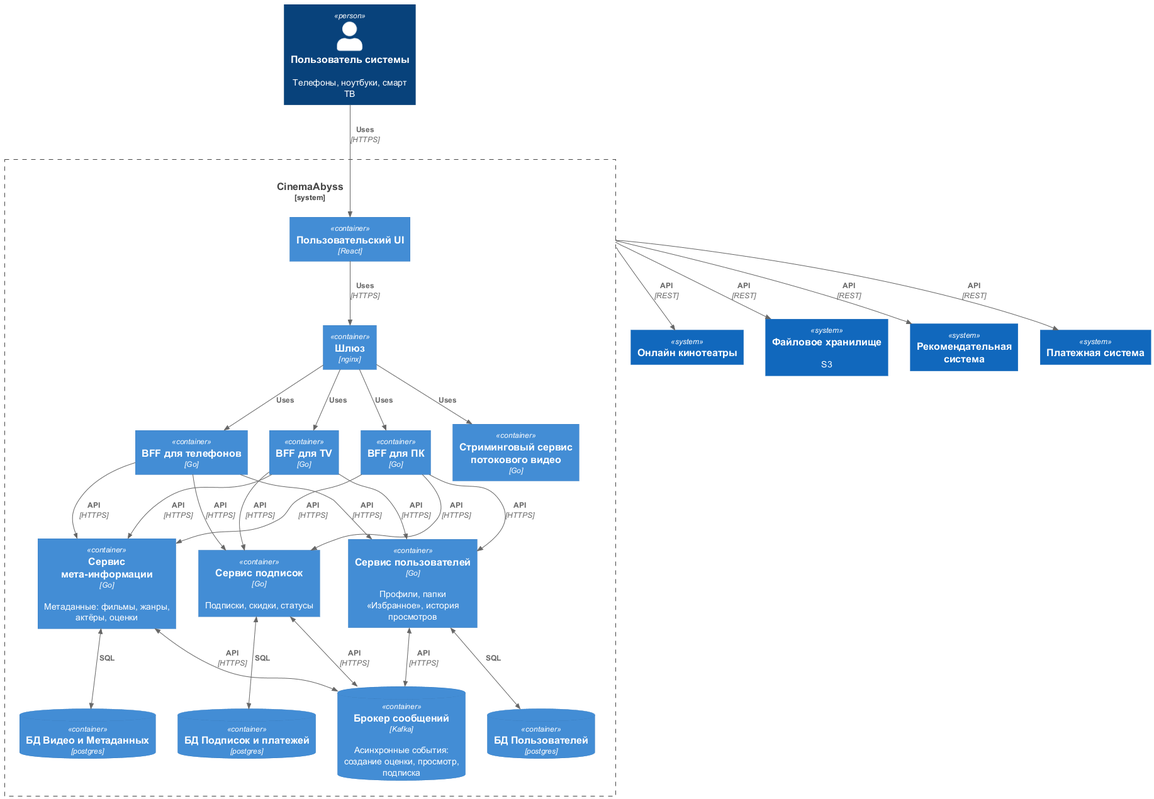
This is diagrams/images/C4_Cinema_Containers.png from benaflec61/architecture-cinemaabyss, a PlantUML export, as it was before one commit. The source it was exported from:
```plantuml
@startuml ../images/C4_Cinema_Containers
!include <C4/C4_Context>
!include <C4/C4_Container>
!include <C4/C4_Component>

Person(user, "Пользователь системы", "Телефоны, ноутбуки, смарт ТВ")

System_Boundary(cinema_boundary, "CinemaAbyss", "") {
  Container(gui, "Пользовательский UI", "React", "")

  Container(bff_mobile, "BFF для телефонов", "Go", "")
  Container(bff_tv, "BFF для TV", "Go", "")
  Container(bff_desktop, "BFF для ПК", "Go", "")

  Container(gate, "Шлюз", "nginx", "")

  Container(users, "Сервис пользователей", "Go", "Профили, папки «Избранное», история просмотров")
  Container(subscriptions, "Сервис подписок", "Go", "Подписки, скидки, статусы")
  Container(video_meta, "Сервис мета-информации", "Go", "Метаданные: фильмы, жанры, актёры, оценки")

  Container(stream_service, "Стриминговый сервис потокового видео", "Go", "")

  ContainerDb(db_users, "БД Пользователей", "postgres", "")
  ContainerDb(db_subscriptions, "БД Подписок и платежей", "postgres", "")
  ContainerDb(db_video_meta, "БД Видео и Метаданных", "postgres", "")

  ContainerDb(kafka, "Брокер сообщений", "Kafka", "Асинхронные события: создание оценки, просмотр, подписка")

}

System(rec_sys, "Рекомендательная система")
System(pay_sys, "Платежная система")
System(netflix_sys, "Онлайн кинотеатры")
System(s3, "Файловое хранилище", "S3")


Rel(gui, gate, "Uses", "HTTPS")

Rel(gate, bff_mobile, "Uses")
Rel(gate, bff_tv, "Uses")
Rel(gate, bff_desktop, "Uses")

Rel(gate, stream_service, "Uses")

Rel(bff_mobile, users, "API", "HTTPS")
Rel(bff_mobile, subscriptions, "API", "HTTPS")
Rel(bff_mobile, video_meta, "API", "HTTPS")

Rel(bff_tv, users, "API", "HTTPS")
Rel(bff_tv, subscriptions, "API", "HTTPS")
Rel(bff_tv, video_meta, "API", "HTTPS")

Rel(bff_desktop, users, "API", "HTTPS")
Rel(bff_desktop, subscriptions, "API", "HTTPS")
Rel(bff_desktop, video_meta, "API", "HTTPS")

BiRel(users, db_users, "SQL")
BiRel(subscriptions, db_subscriptions, "SQL")
BiRel(video_meta, db_video_meta, "SQL")

BiRel(users, kafka, "API", "HTTPS")
BiRel(subscriptions, kafka, "API", "HTTPS")
BiRel(video_meta, kafka, "API", "HTTPS")

Rel(user, gui, "Uses", "HTTPS")

Rel(cinema_boundary, pay_sys, "API", "REST")
Rel(cinema_boundary, netflix_sys, "API", "REST")
Rel(cinema_boundary, s3, "API", "REST")
Rel(cinema_boundary, rec_sys, "API", "REST")


@enduml
```
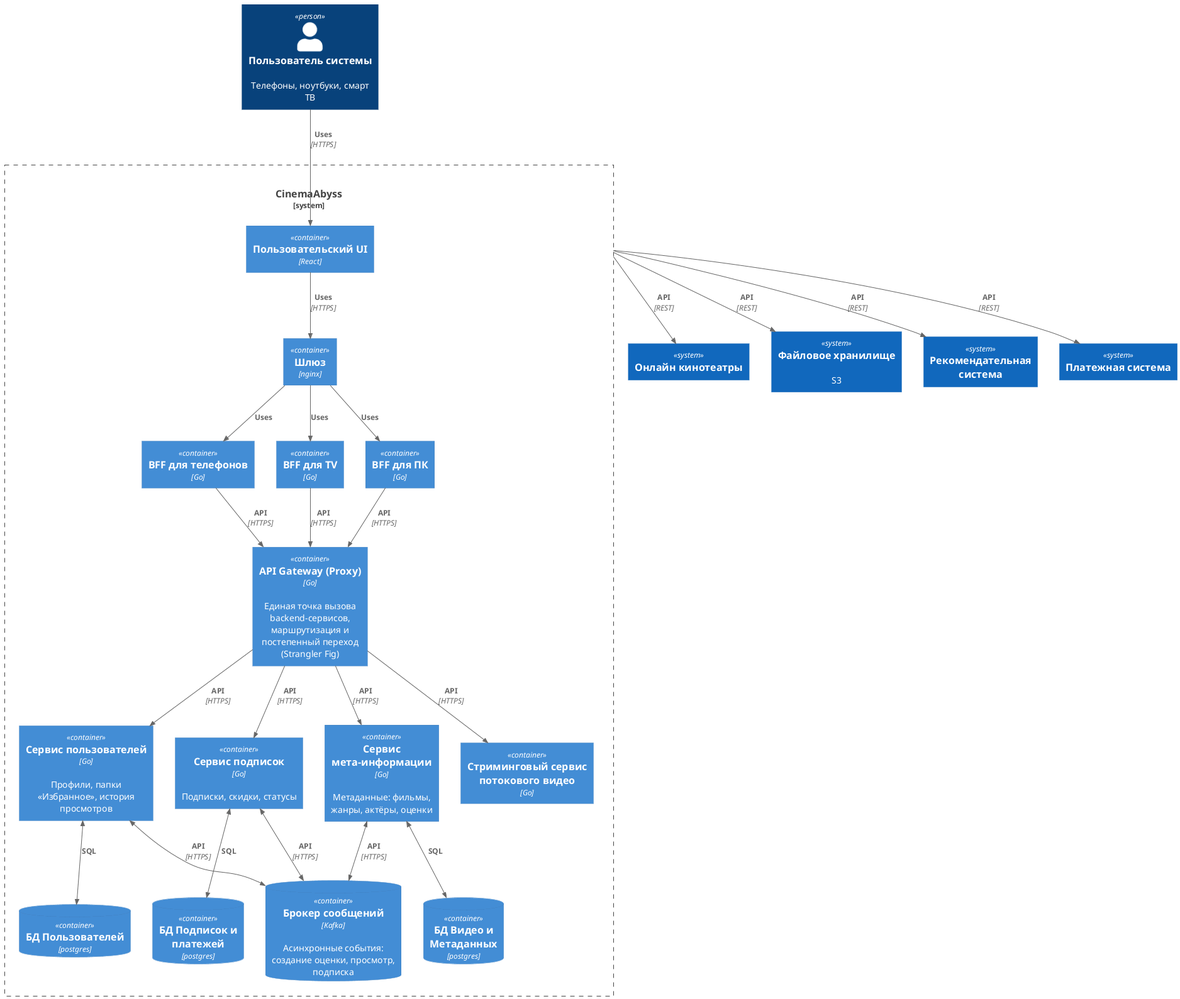
Later version of the same file.

The edit, as a diff of the source:
```diff
@@ -13,6 +13,8 @@
   Container(bff_desktop, "BFF для ПК", "Go", "")
 
   Container(gate, "Шлюз", "nginx", "")
+
+  Container(proxy, "API Gateway (Proxy)", "Go", "Единая точка вызова backend-сервисов, маршрутизация и постепенный переход (Strangler Fig)")
 
   Container(users, "Сервис пользователей", "Go", "Профили, папки «Избранное», история просмотров")
   Container(subscriptions, "Сервис подписок", "Go", "Подписки, скидки, статусы")
@@ -40,19 +42,14 @@
 Rel(gate, bff_tv, "Uses")
 Rel(gate, bff_desktop, "Uses")
 
-Rel(gate, stream_service, "Uses")
+Rel(bff_mobile, proxy, "API", "HTTPS")
+Rel(bff_tv, proxy, "API", "HTTPS")
+Rel(bff_desktop, proxy, "API", "HTTPS")
 
-Rel(bff_mobile, users, "API", "HTTPS")
-Rel(bff_mobile, subscriptions, "API", "HTTPS")
-Rel(bff_mobile, video_meta, "API", "HTTPS")
-
-Rel(bff_tv, users, "API", "HTTPS")
-Rel(bff_tv, subscriptions, "API", "HTTPS")
-Rel(bff_tv, video_meta, "API", "HTTPS")
-
-Rel(bff_desktop, users, "API", "HTTPS")
-Rel(bff_desktop, subscriptions, "API", "HTTPS")
-Rel(bff_desktop, video_meta, "API", "HTTPS")
+Rel(proxy, users, "API", "HTTPS")
+Rel(proxy, subscriptions, "API", "HTTPS")
+Rel(proxy, video_meta, "API", "HTTPS")
+Rel(proxy, stream_service, "API", "HTTPS")
 
 BiRel(users, db_users, "SQL")
 BiRel(subscriptions, db_subscriptions, "SQL")
```
